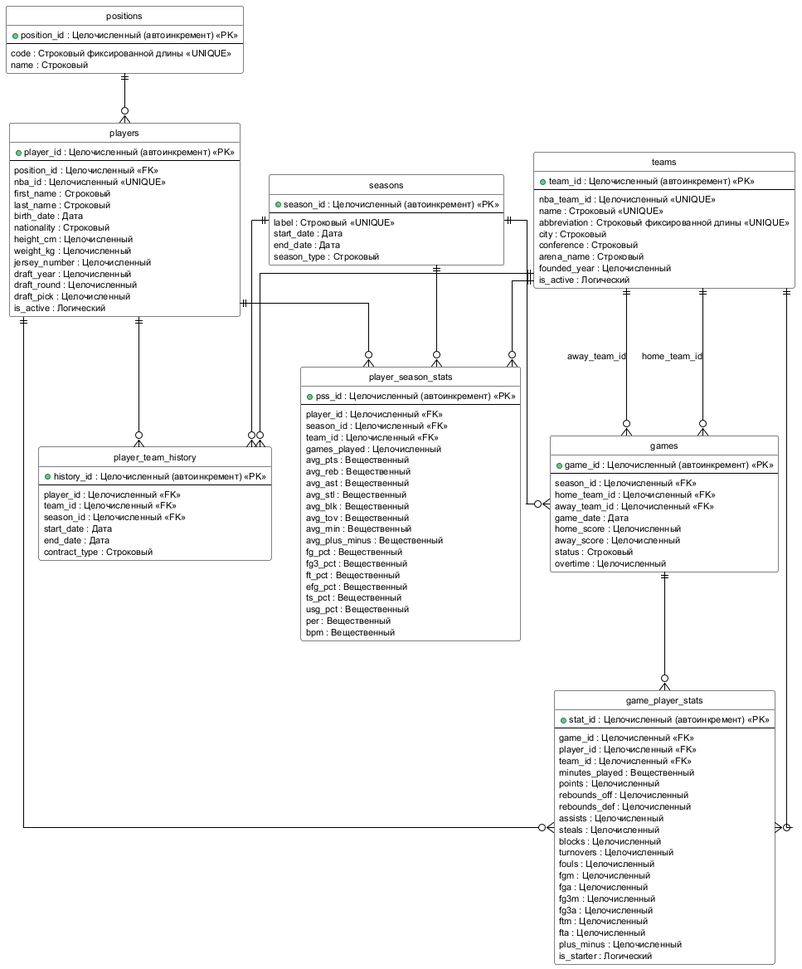
Above: img/relational_schema.png in uBaxa0IQ/BD_Coursework (PlantUML), before the change.
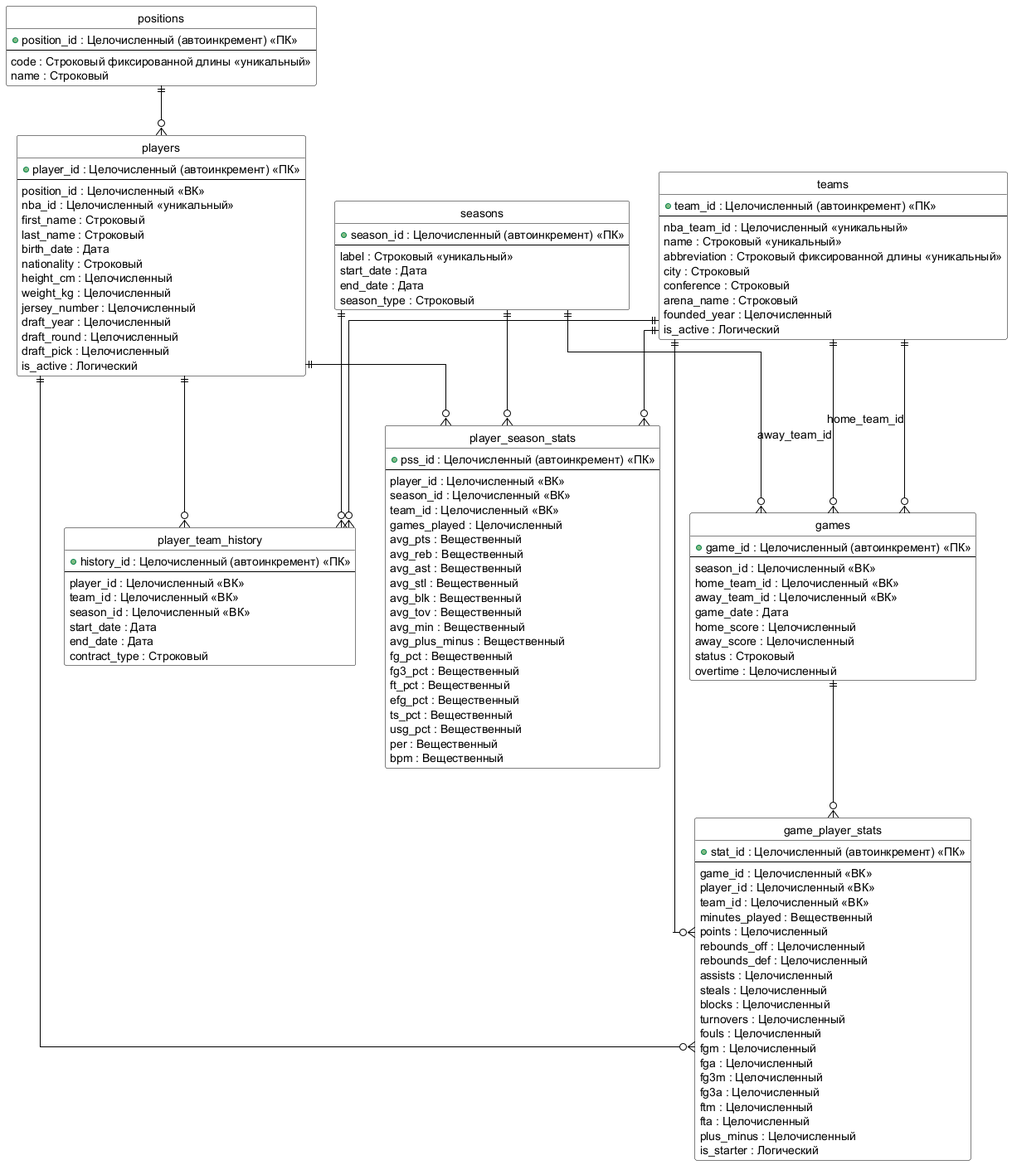
After the commit.

Diff of the diagram source:
```diff
@@ -1,7 +1,7 @@
 @startuml relational_schema
 hide circle
 skinparam linetype ortho
-skinparam defaultFontSize 11
+skinparam defaultFontSize 14
 skinparam shadowing false
 skinparam roundcorner 5
 
@@ -12,27 +12,27 @@
 }
 
 entity "positions" {
-  + position_id : Целочисленный (автоинкремент) «PK»
+  + position_id : Целочисленный (автоинкремент) «ПК»
   --
-  code : Строковый фиксированной длины «UNIQUE»
+  code : Строковый фиксированной длины «уникальный»
   name : Строковый
 }
 
 entity "seasons" {
-  + season_id : Целочисленный (автоинкремент) «PK»
+  + season_id : Целочисленный (автоинкремент) «ПК»
   --
-  label : Строковый «UNIQUE»
+  label : Строковый «уникальный»
   start_date : Дата
   end_date : Дата
   season_type : Строковый
 }
 
 entity "teams" {
-  + team_id : Целочисленный (автоинкремент) «PK»
+  + team_id : Целочисленный (автоинкремент) «ПК»
   --
-  nba_team_id : Целочисленный «UNIQUE»
-  name : Строковый «UNIQUE»
-  abbreviation : Строковый фиксированной длины «UNIQUE»
+  nba_team_id : Целочисленный «уникальный»
+  name : Строковый «уникальный»
+  abbreviation : Строковый фиксированной длины «уникальный»
   city : Строковый
   conference : Строковый
   arena_name : Строковый
@@ -41,10 +41,10 @@
 }
 
 entity "players" {
-  + player_id : Целочисленный (автоинкремент) «PK»
+  + player_id : Целочисленный (автоинкремент) «ПК»
   --
-  position_id : Целочисленный «FK»
-  nba_id : Целочисленный «UNIQUE»
+  position_id : Целочисленный «ВК»
+  nba_id : Целочисленный «уникальный»
   first_name : Строковый
   last_name : Строковый
   birth_date : Дата
@@ -59,11 +59,11 @@
 }
 
 entity "games" {
-  + game_id : Целочисленный (автоинкремент) «PK»
+  + game_id : Целочисленный (автоинкремент) «ПК»
   --
-  season_id : Целочисленный «FK»
-  home_team_id : Целочисленный «FK»
-  away_team_id : Целочисленный «FK»
+  season_id : Целочисленный «ВК»
+  home_team_id : Целочисленный «ВК»
+  away_team_id : Целочисленный «ВК»
   game_date : Дата
   home_score : Целочисленный
   away_score : Целочисленный
@@ -72,11 +72,11 @@
 }
 
 entity "game_player_stats" {
-  + stat_id : Целочисленный (автоинкремент) «PK»
+  + stat_id : Целочисленный (автоинкремент) «ПК»
   --
-  game_id : Целочисленный «FK»
-  player_id : Целочисленный «FK»
-  team_id : Целочисленный «FK»
+  game_id : Целочисленный «ВК»
+  player_id : Целочисленный «ВК»
+  team_id : Целочисленный «ВК»
   minutes_played : Вещественный
   points : Целочисленный
   rebounds_off : Целочисленный
@@ -97,11 +97,11 @@
 }
 
 entity "player_season_stats" {
-  + pss_id : Целочисленный (автоинкремент) «PK»
+  + pss_id : Целочисленный (автоинкремент) «ПК»
   --
-  player_id : Целочисленный «FK»
-  season_id : Целочисленный «FK»
-  team_id : Целочисленный «FK»
+  player_id : Целочисленный «ВК»
+  season_id : Целочисленный «ВК»
+  team_id : Целочисленный «ВК»
   games_played : Целочисленный
   avg_pts : Вещественный
   avg_reb : Вещественный
@@ -122,11 +122,11 @@
 }
 
 entity "player_team_history" {
-  + history_id : Целочисленный (автоинкремент) «PK»
+  + history_id : Целочисленный (автоинкремент) «ПК»
   --
-  player_id : Целочисленный «FK»
-  team_id : Целочисленный «FK»
-  season_id : Целочисленный «FK»
+  player_id : Целочисленный «ВК»
+  team_id : Целочисленный «ВК»
+  season_id : Целочисленный «ВК»
   start_date : Дата
   end_date : Дата
   contract_type : Строковый
```
